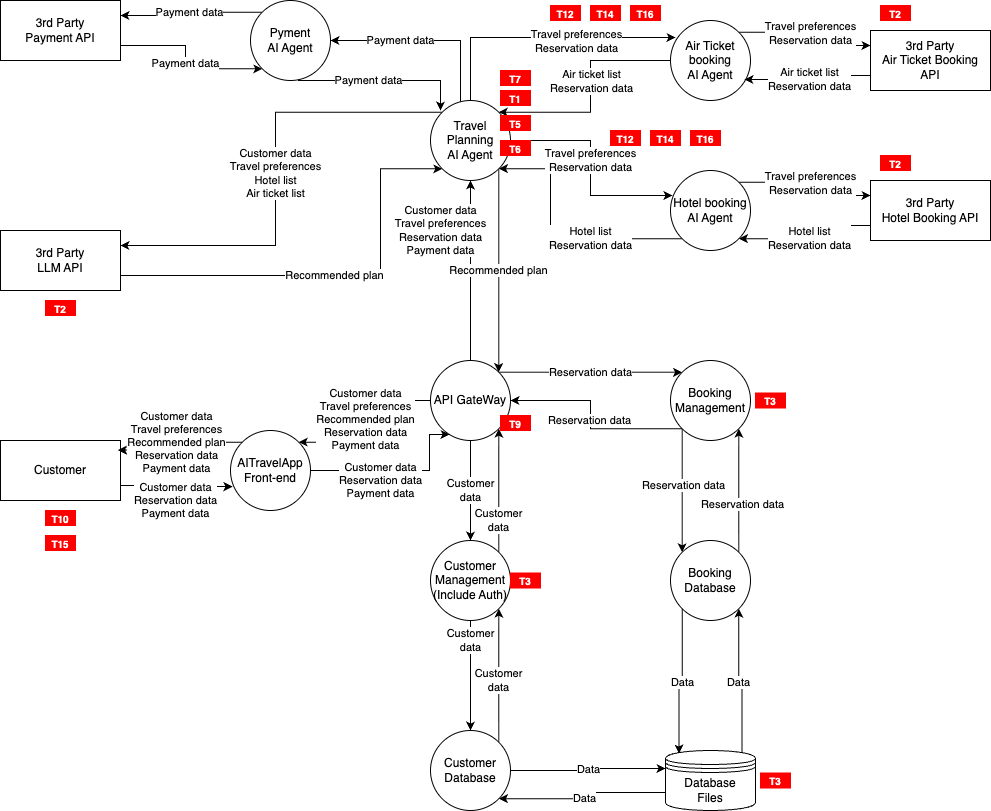
Above: image/result/AITravelApp_DFD_STRIDEAI_T3.drawio.png in JNSA-AISecurityWG/Evaluation-of-AI-Threat-Modeling-Techniques (draw.io), before the change. Source tidied: cells renumbered, new cells last; positions are measured from the earlier drawing's top-left corner, leaving out a move shared by most shapes.
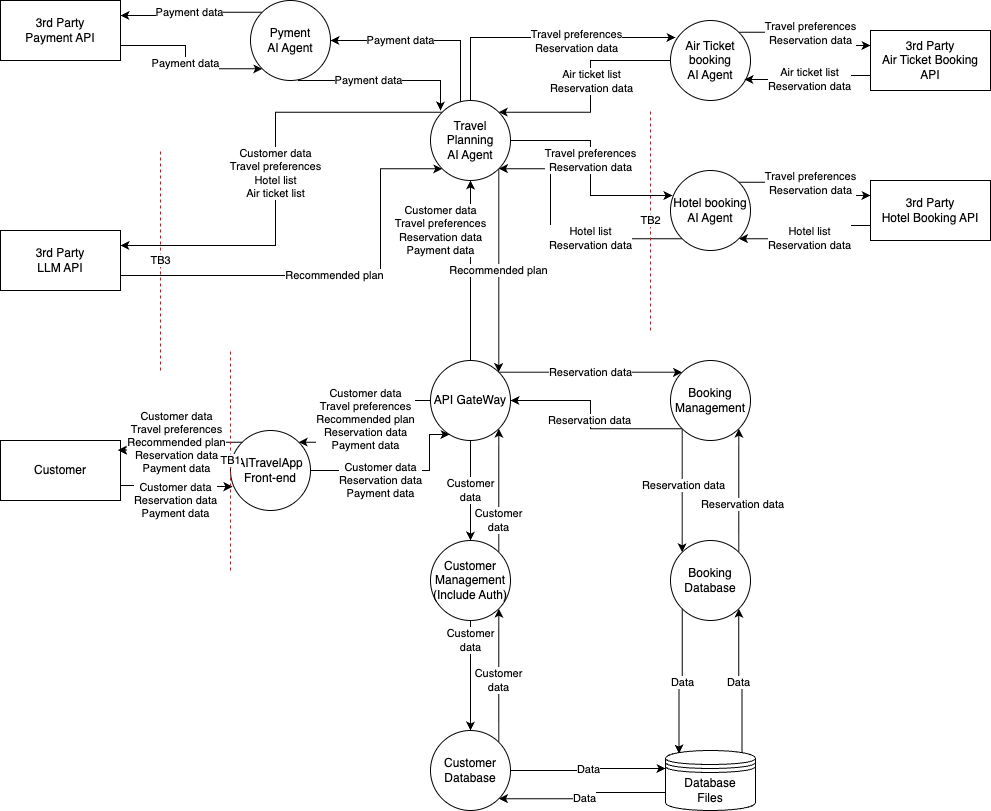
Later version of the same file.

Change to the diagram source:
```diff
@@ -193,62 +193,23 @@
     <mxCell id="55" value="Data" style="edgeStyle=orthogonalEdgeStyle;rounded=0;jettySize=auto;html=1;exitX=0;exitY=1;exitDx=0;exitDy=0;entryX=0.15;entryY=0.05;entryDx=0;entryDy=0;entryPerimeter=0;" parent="1" edge="1" source="54" target="17">
       <mxGeometry relative="1" as="geometry" />
     </mxCell>
+    <mxCell id="75" value="TB1" style="endArrow=none;dashed=1;html=1;rounded=0;strokeColor=#FF0303;" parent="1" edge="1">
+      <mxGeometry relative="1" as="geometry">
+        <mxPoint x="230" y="570" as="sourcePoint" />
+        <mxPoint x="230" y="350" as="targetPoint" />
+      </mxGeometry>
+    </mxCell>
+    <mxCell id="76" value="TB3" style="endArrow=none;dashed=1;html=1;rounded=0;strokeColor=#FF0303;" parent="1" edge="1">
+      <mxGeometry relative="1" as="geometry">
+        <mxPoint x="160" y="370" as="sourcePoint" />
+        <mxPoint x="160" y="150" as="targetPoint" />
+      </mxGeometry>
+    </mxCell>
-    <mxCell id="56" value="&lt;font style=&quot;color: rgb(255, 255, 255);&quot;&gt;T12&lt;/font&gt;" style="rounded=0;whiteSpace=wrap;html=1;strokeColor=#FF0000;fillColor=#FF0000;fontStyle=1;fontSize=10;" parent="1" vertex="1">
-      <mxGeometry x="550" y="5" width="30" height="15" as="geometry" />
+    <mxCell id="56" value="TB2" style="endArrow=none;dashed=1;html=1;rounded=0;strokeColor=#FF0303;" parent="1" edge="1">
+      <mxGeometry relative="1" as="geometry">
+        <mxPoint x="650" y="330" as="sourcePoint" />
+        <mxPoint x="650" y="110" as="targetPoint" />
+      </mxGeometry>
     </mxCell>
-    <mxCell id="57" value="&lt;font style=&quot;color: rgb(255, 255, 255);&quot;&gt;T14&lt;/font&gt;" style="rounded=0;whiteSpace=wrap;html=1;strokeColor=#FF0000;fillColor=#FF0000;fontStyle=1;fontSize=10;" parent="1" vertex="1">
-      <mxGeometry x="590" y="5" width="30" height="15" as="geometry" />
-    </mxCell>
-    <mxCell id="58" value="&lt;font style=&quot;color: rgb(255, 255, 255);&quot;&gt;T16&lt;/font&gt;" style="rounded=0;whiteSpace=wrap;html=1;strokeColor=#FF0000;fillColor=#FF0000;fontStyle=1;fontSize=10;" parent="1" vertex="1">
-      <mxGeometry x="630" y="5" width="30" height="15" as="geometry" />
-    </mxCell>
-    <mxCell id="59" value="&lt;font style=&quot;color: rgb(255, 255, 255);&quot;&gt;T2&lt;/font&gt;" style="rounded=0;whiteSpace=wrap;html=1;strokeColor=#FF0000;fillColor=#FF0000;fontStyle=1;fontSize=10;" parent="1" vertex="1">
-      <mxGeometry x="880" y="5" width="30" height="15" as="geometry" />
-    </mxCell>
-    <mxCell id="60" value="&lt;font style=&quot;color: rgb(255, 255, 255);&quot;&gt;T2&lt;/font&gt;" style="rounded=0;whiteSpace=wrap;html=1;strokeColor=#FF0000;fillColor=#FF0000;fontStyle=1;fontSize=10;" parent="1" vertex="1">
-      <mxGeometry x="880" y="155" width="30" height="15" as="geometry" />
-    </mxCell>
-    <mxCell id="61" value="&lt;font style=&quot;color: rgb(255, 255, 255);&quot;&gt;T12&lt;/font&gt;" style="rounded=0;whiteSpace=wrap;html=1;strokeColor=#FF0000;fillColor=#FF0000;fontStyle=1;fontSize=10;" parent="1" vertex="1">
-      <mxGeometry x="610" y="130" width="30" height="15" as="geometry" />
-    </mxCell>
-    <mxCell id="62" value="&lt;font style=&quot;color: rgb(255, 255, 255);&quot;&gt;T14&lt;/font&gt;" style="rounded=0;whiteSpace=wrap;html=1;strokeColor=#FF0000;fillColor=#FF0000;fontStyle=1;fontSize=10;" parent="1" vertex="1">
-      <mxGeometry x="650" y="130" width="30" height="15" as="geometry" />
-    </mxCell>
-    <mxCell id="63" value="&lt;font style=&quot;color: rgb(255, 255, 255);&quot;&gt;T16&lt;/font&gt;" style="rounded=0;whiteSpace=wrap;html=1;strokeColor=#FF0000;fillColor=#FF0000;fontStyle=1;fontSize=10;" parent="1" vertex="1">
-      <mxGeometry x="690" y="130" width="30" height="15" as="geometry" />
-    </mxCell>
-    <mxCell id="64" value="&lt;font style=&quot;color: rgb(255, 255, 255);&quot;&gt;T1&lt;/font&gt;" style="rounded=0;whiteSpace=wrap;html=1;strokeColor=#FF0000;fillColor=#FF0000;fontStyle=1;fontSize=10;" parent="1" vertex="1">
-      <mxGeometry x="500" y="90" width="30" height="15" as="geometry" />
-    </mxCell>
-    <mxCell id="65" value="&lt;font style=&quot;color: rgb(255, 255, 255);&quot;&gt;T5&lt;/font&gt;" style="rounded=0;whiteSpace=wrap;html=1;strokeColor=#FF0000;fillColor=#FF0000;fontStyle=1;fontSize=10;" parent="1" vertex="1">
-      <mxGeometry x="500" y="115" width="30" height="15" as="geometry" />
-    </mxCell>
-    <mxCell id="66" value="&lt;font style=&quot;color: rgb(255, 255, 255);&quot;&gt;T6&lt;/font&gt;" style="rounded=0;whiteSpace=wrap;html=1;strokeColor=#FF0000;fillColor=#FF0000;fontStyle=1;fontSize=10;" parent="1" vertex="1">
-      <mxGeometry x="500" y="140" width="30" height="15" as="geometry" />
-    </mxCell>
-    <mxCell id="67" value="&lt;font style=&quot;color: rgb(255, 255, 255);&quot;&gt;T7&lt;/font&gt;" style="rounded=0;whiteSpace=wrap;html=1;strokeColor=#FF0000;fillColor=#FF0000;fontStyle=1;fontSize=10;" parent="1" vertex="1">
-      <mxGeometry x="500" y="70" width="30" height="15" as="geometry" />
-    </mxCell>
-    <mxCell id="68" value="&lt;font style=&quot;color: rgb(255, 255, 255);&quot;&gt;T9&lt;/font&gt;" style="rounded=0;whiteSpace=wrap;html=1;strokeColor=#FF0000;fillColor=#FF0000;fontStyle=1;fontSize=10;" parent="1" vertex="1">
-      <mxGeometry x="500" y="415" width="30" height="15" as="geometry" />
-    </mxCell>
-    <mxCell id="69" value="&lt;font style=&quot;color: rgb(255, 255, 255);&quot;&gt;T10&lt;/font&gt;" style="rounded=0;whiteSpace=wrap;html=1;strokeColor=#FF0000;fillColor=#FF0000;fontStyle=1;fontSize=10;" parent="1" vertex="1">
-      <mxGeometry x="45" y="510" width="30" height="15" as="geometry" />
-    </mxCell>
-    <mxCell id="70" value="&lt;font style=&quot;color: rgb(255, 255, 255);&quot;&gt;T15&lt;/font&gt;" style="rounded=0;whiteSpace=wrap;html=1;strokeColor=#FF0000;fillColor=#FF0000;fontStyle=1;fontSize=10;" parent="1" vertex="1">
-      <mxGeometry x="45" y="535" width="30" height="15" as="geometry" />
-    </mxCell>
-    <mxCell id="71" value="&lt;font style=&quot;color: rgb(255, 255, 255);&quot;&gt;T2&lt;/font&gt;" style="rounded=0;whiteSpace=wrap;html=1;strokeColor=#FF0000;fillColor=#FF0000;fontStyle=1;fontSize=10;" parent="1" vertex="1">
-      <mxGeometry x="45" y="300" width="30" height="15" as="geometry" />
-    </mxCell>
-    <mxCell id="72" value="&lt;font style=&quot;color: rgb(255, 255, 255);&quot;&gt;T3&lt;/font&gt;" style="rounded=0;whiteSpace=wrap;html=1;strokeColor=#FF0000;fillColor=#FF0000;fontStyle=1;fontSize=10;" parent="1" vertex="1">
-      <mxGeometry x="510" y="572.5" width="30" height="15" as="geometry" />
-    </mxCell>
-    <mxCell id="73" value="&lt;font style=&quot;color: rgb(255, 255, 255);&quot;&gt;T3&lt;/font&gt;" style="rounded=0;whiteSpace=wrap;html=1;strokeColor=#FF0000;fillColor=#FF0000;fontStyle=1;fontSize=10;" parent="1" vertex="1">
-      <mxGeometry x="755" y="392.5" width="30" height="15" as="geometry" />
-    </mxCell>
-    <mxCell id="74" value="&lt;font style=&quot;color: rgb(255, 255, 255);&quot;&gt;T3&lt;/font&gt;" style="rounded=0;whiteSpace=wrap;html=1;strokeColor=#FF0000;fillColor=#FF0000;fontStyle=1;fontSize=10;" parent="1" vertex="1">
-      <mxGeometry x="760" y="772.5" width="30" height="15" as="geometry" />
-    </mxCell>
   </root>
 </mxGraphModel>
```
